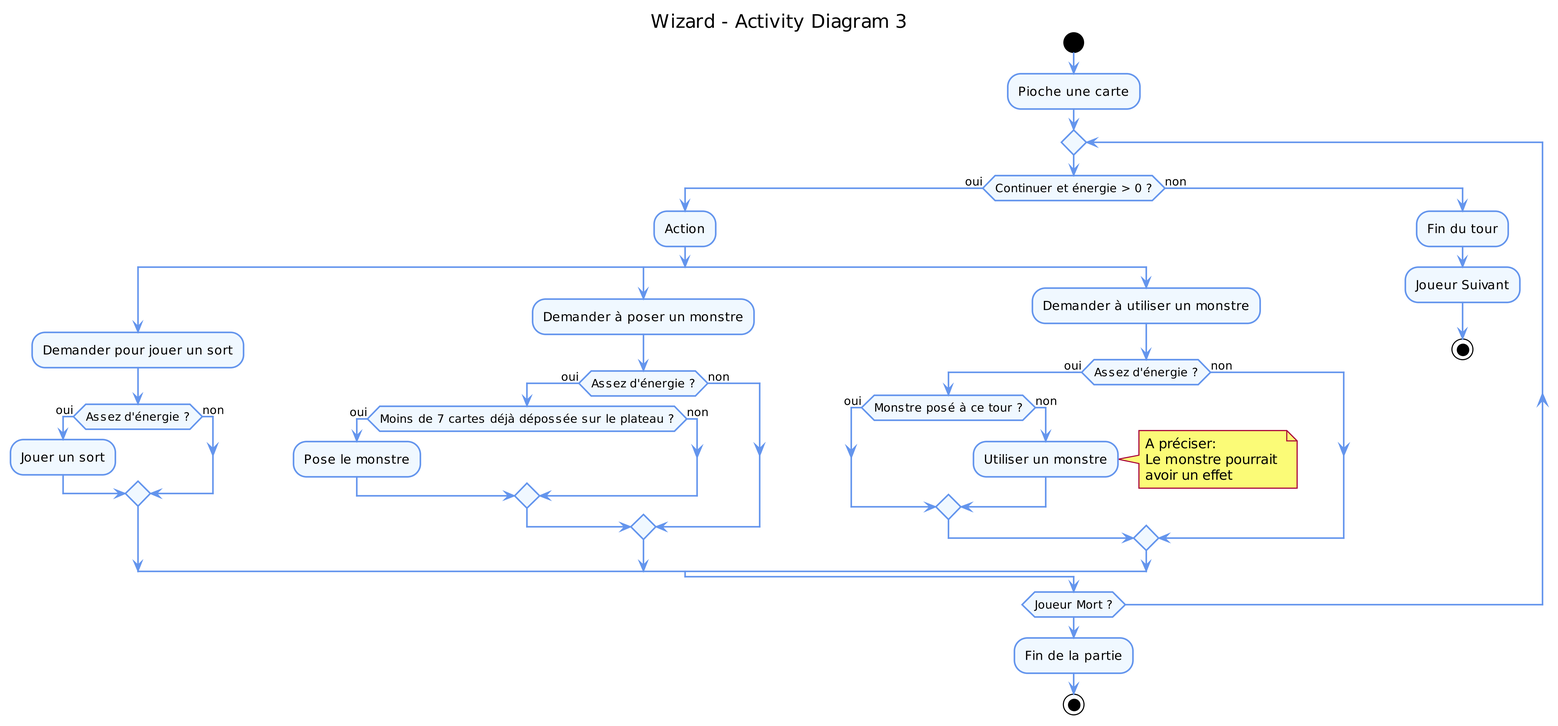
Above: uml_files/ActivityDiagram3.png in elishadrion/tetris (PlantUML), before the change.
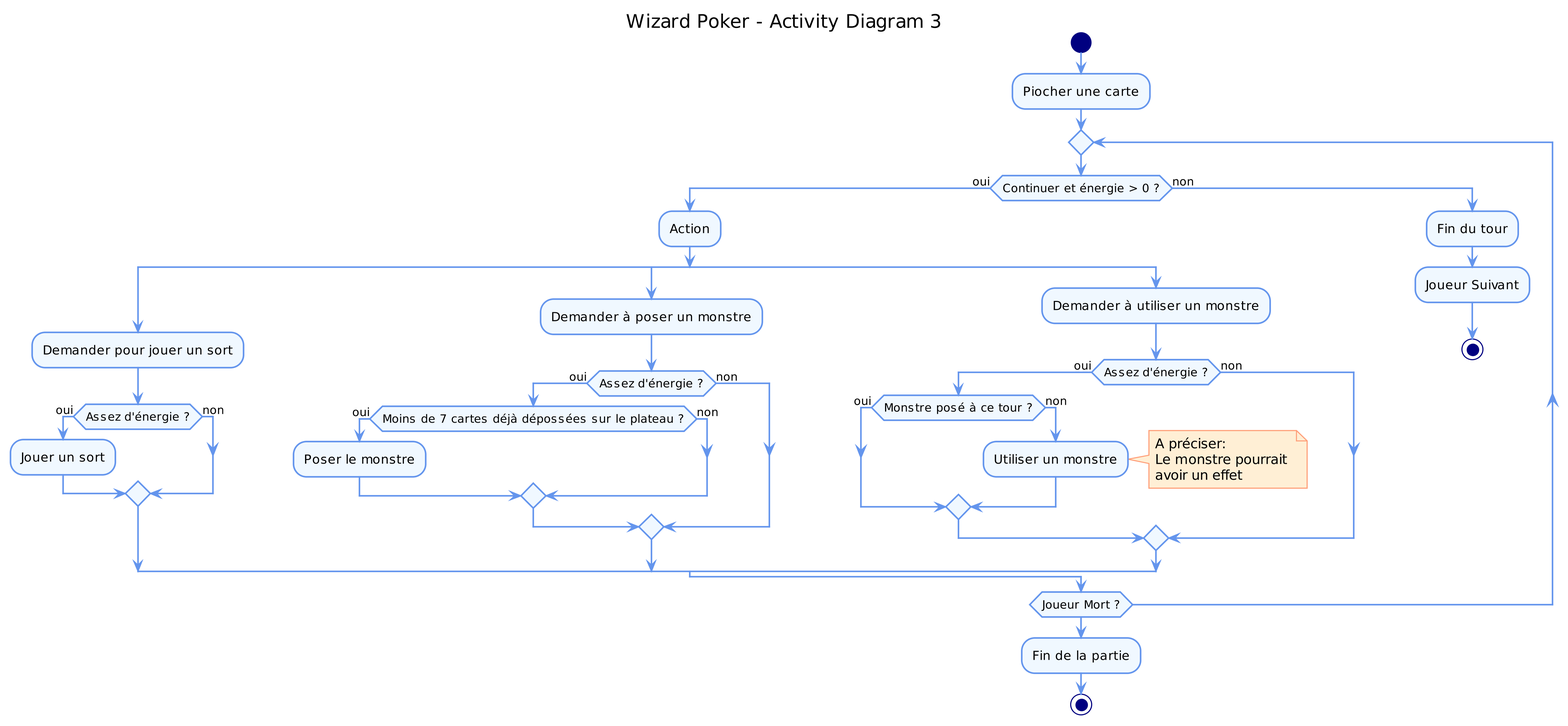
The same diagram one commit later.

Change to the diagram source:
```diff
@@ -1,5 +1,5 @@
 @startuml
-title Wizard - Activity Diagram 3
+title Wizard Poker - Activity Diagram 3
 
 skinparam classAttributeIconSize 0
 
@@ -8,16 +8,20 @@
 skinparam dpi 300
 
 skinparam activity {
+  StartColor Navy
   BackgroundColor AliceBlue
   ArrowColor CornflowerBlue
   BorderColor CornflowerBlue
+  EndColor Navy
 }
+skinparam NoteBackgroundColor PapayaWhip
+skinparam NoteBorderColor LightSalmon
 skinparam stereotypeCBackgroundColor OldLace
 
 
 
 start
-:Pioche une carte;
+:Piocher une carte;
 repeat
   if(Continuer et énergie > 0 ?) then (oui)
     :Action;
@@ -30,8 +34,8 @@
     split again
       :Demander à poser un monstre;
       if(Assez d'énergie ?) then (oui)
-        if(Moins de 7 cartes déjà dépossée sur le plateau ?) then (oui)
-          :Pose le monstre;
+        if(Moins de 7 cartes déjà dépossées sur le plateau ?) then (oui)
+          :Poser le monstre;
         else (non)
         endif
       else (non)
```
